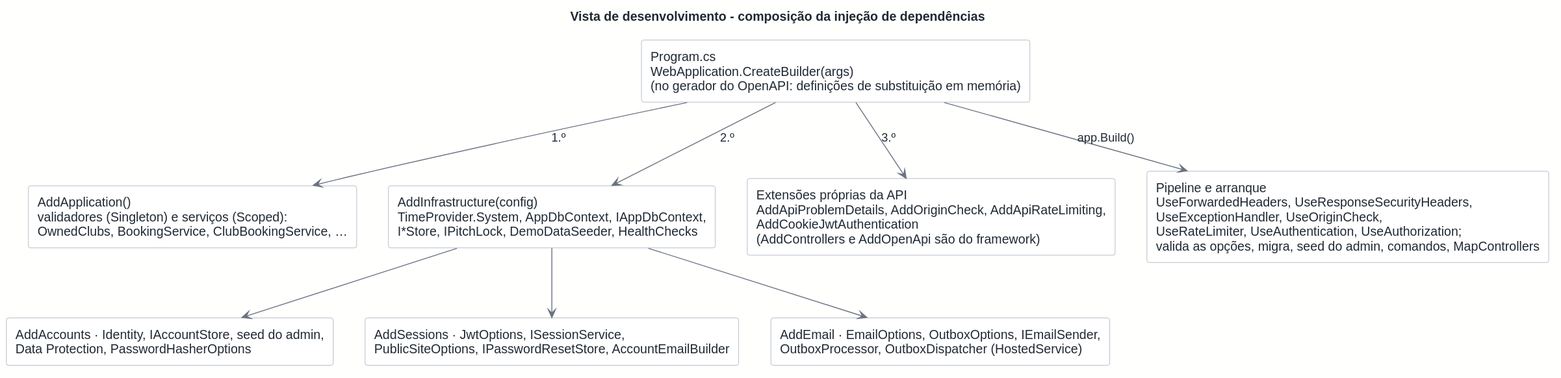
Earlier version of the PlantUML export docs/architecture/out/development-di.svg (rodrigo4sousa/SportsEstablishments).
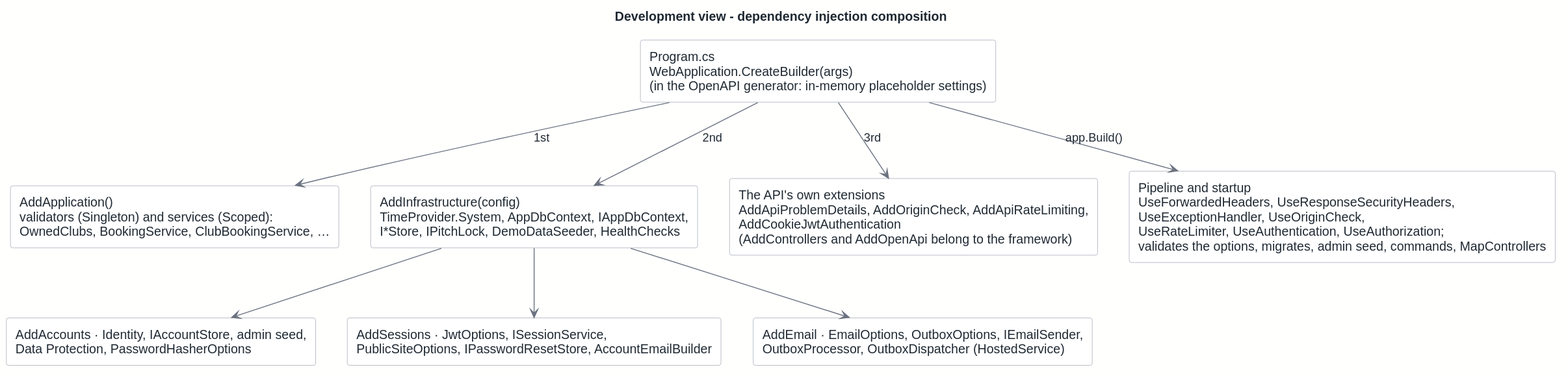
Above is the later version.

Diff of the diagram source:
```diff
@@ -1,23 +1,23 @@
 @startuml
 !include ../style.puml
-title Vista de desenvolvimento - composição da injeção de dependências
+title Development view - dependency injection composition
 
 skinparam defaultTextAlignment left
 
-rectangle "Program.cs\nWebApplication.CreateBuilder(args)\n(no gerador do OpenAPI: definições de substituição em memória)" as PROG
-rectangle "AddApplication()\nvalidadores (Singleton) e serviços (Scoped):\nOwnedClubs, BookingService, ClubBookingService, …" as ADDAPP
+rectangle "Program.cs\nWebApplication.CreateBuilder(args)\n(in the OpenAPI generator: in-memory placeholder settings)" as PROG
+rectangle "AddApplication()\nvalidators (Singleton) and services (Scoped):\nOwnedClubs, BookingService, ClubBookingService, …" as ADDAPP
 rectangle "AddInfrastructure(config)\nTimeProvider.System, AppDbContext, IAppDbContext,\nI*Store, IPitchLock, DemoDataSeeder, HealthChecks" as ADDINF
-rectangle "AddAccounts · Identity, IAccountStore, seed do admin,\nData Protection, PasswordHasherOptions" as ADDACC
+rectangle "AddAccounts · Identity, IAccountStore, admin seed,\nData Protection, PasswordHasherOptions" as ADDACC
 rectangle "AddSessions · JwtOptions, ISessionService,\nPublicSiteOptions, IPasswordResetStore, AccountEmailBuilder" as ADDSES
 rectangle "AddEmail · EmailOptions, OutboxOptions, IEmailSender,\nOutboxProcessor, OutboxDispatcher (HostedService)" as ADDMAIL
-rectangle "Extensões próprias da API\nAddApiProblemDetails, AddOriginCheck, AddApiRateLimiting,\nAddCookieJwtAuthentication\n(AddControllers e AddOpenApi são do framework)" as ADDAPI
-rectangle "Pipeline e arranque\nUseForwardedHeaders, UseResponseSecurityHeaders,\nUseExceptionHandler, UseOriginCheck,\nUseRateLimiter, UseAuthentication, UseAuthorization;\nvalida as opções, migra, seed do admin, comandos, MapControllers" as PIPE
+rectangle "The API's own extensions\nAddApiProblemDetails, AddOriginCheck, AddApiRateLimiting,\nAddCookieJwtAuthentication\n(AddControllers and AddOpenApi belong to the framework)" as ADDAPI
+rectangle "Pipeline and startup\nUseForwardedHeaders, UseResponseSecurityHeaders,\nUseExceptionHandler, UseOriginCheck,\nUseRateLimiter, UseAuthentication, UseAuthorization;\nvalidates the options, migrates, admin seed, commands, MapControllers" as PIPE
 
-PROG --> ADDAPP : 1.º
-PROG --> ADDINF : 2.º
+PROG --> ADDAPP : 1st
+PROG --> ADDINF : 2nd
 ADDINF --> ADDACC
 ADDINF --> ADDSES
 ADDINF --> ADDMAIL
-PROG --> ADDAPI : 3.º
+PROG --> ADDAPI : 3rd
 PROG --> PIPE : app.Build()
 @enduml
```
